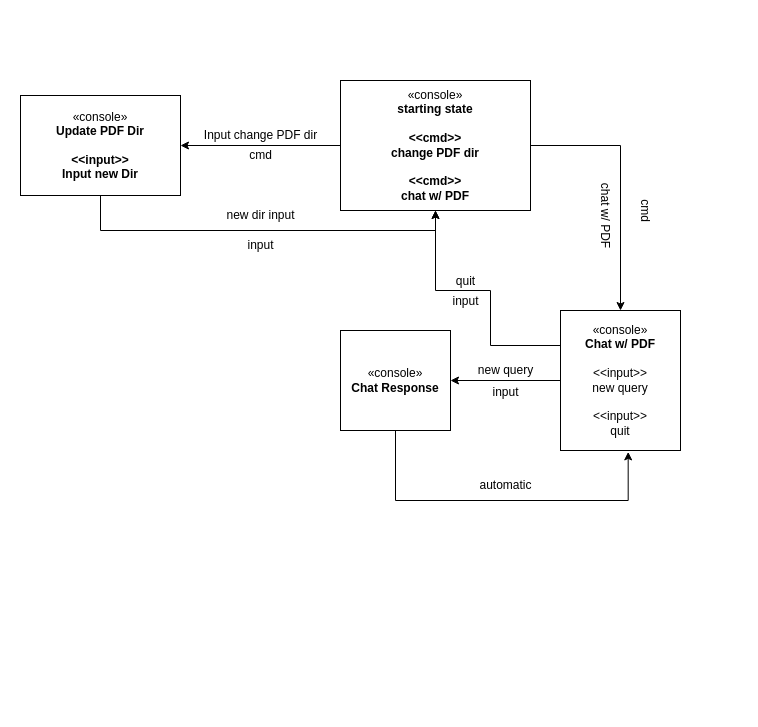
Before: artifacts/NavigationDiagram.drawio in CabdulCiise/CIS641-Project, a draw.io diagram. Source tidied: cells renumbered, new cells numbered last; positions are measured from the earlier drawing's top-left corner, leaving out a move shared by most shapes. Both pictures are drawn from the tidied source at 100%, with x=0, y=0 at pixel (20, 80).
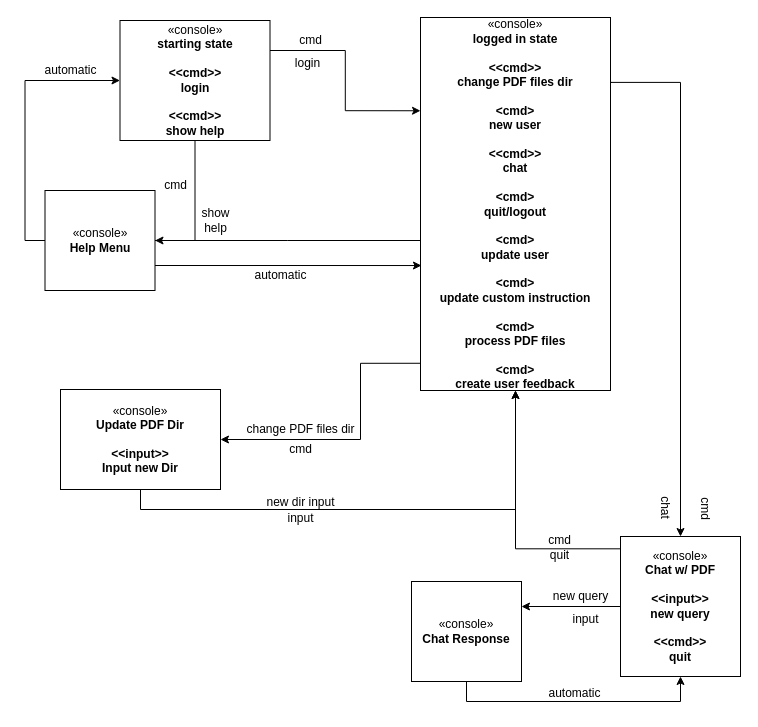
After the change.

Diff of the diagram source:
```diff
@@
-    <mxCell id="2" style="edgeStyle=orthogonalEdgeStyle;rounded=0;jettySize=auto;html=1;exitX=0;exitY=0.5;exitDx=0;exitDy=0;" parent="1" edge="1" source="4" target="5">
-      <mxGeometry relative="1" as="geometry" />
+    <mxCell id="2" style="edgeStyle=orthogonalEdgeStyle;rounded=0;jettySize=auto;html=1;exitX=0.002;exitY=0.927;exitDx=0;exitDy=0;exitPerimeter=0;" parent="1" edge="1" source="28" target="5">
+      <mxGeometry relative="1" as="geometry">
+        <Array as="points">
+          <mxPoint x="340" y="283" />
+          <mxPoint x="340" y="359" />
+        </Array>
+      </mxGeometry>
     </mxCell>
-    <mxCell id="3" style="edgeStyle=orthogonalEdgeStyle;rounded=0;jettySize=auto;html=1;exitX=0.5;exitY=1;exitDx=0;exitDy=0;entryX=0.5;entryY=1;entryDx=0;entryDy=0;endArrow=none;endFill=0;startArrow=classic;startFill=1;" parent="1" edge="1" source="4" target="5">
+    <mxCell id="3" style="edgeStyle=orthogonalEdgeStyle;rounded=0;jettySize=auto;html=1;exitX=0.5;exitY=1;exitDx=0;exitDy=0;entryX=0.5;entryY=1;entryDx=0;entryDy=0;endArrow=none;endFill=0;startArrow=classic;startFill=1;" parent="1" edge="1" source="28" target="5">
       <mxGeometry relative="1" as="geometry" />
     </mxCell>
-    <mxCell id="4" value="«console»&lt;br&gt;&lt;b&gt;starting state&lt;br&gt;&lt;br&gt;&amp;lt;&amp;lt;cmd&amp;gt;&amp;gt;&lt;br&gt;change PDF dir&lt;br&gt;&lt;br&gt;&amp;lt;&amp;lt;cmd&amp;gt;&amp;gt;&lt;br&gt;chat w/ PDF&lt;br&gt;&lt;/b&gt;" style="html=1;whiteSpace=wrap;" parent="1" vertex="1">
-      <mxGeometry x="320" width="190" height="130" as="geometry" />
-    </mxCell>
     <mxCell id="5" value="«console»&lt;br&gt;&lt;b&gt;Update PDF Dir&lt;br&gt;&lt;br&gt;&amp;lt;&amp;lt;input&amp;gt;&amp;gt;&lt;br&gt;Input new Dir&lt;br&gt;&lt;/b&gt;" style="html=1;whiteSpace=wrap;" parent="1" vertex="1">
-      <mxGeometry y="15" width="160" height="100" as="geometry" />
+      <mxGeometry x="40" y="309" width="160" height="100" as="geometry" />
     </mxCell>
-    <mxCell id="6" value="Input change PDF dir" style="text;html=1;align=center;verticalAlign=middle;strokeColor=none;fillColor=none;" parent="1" vertex="1">
-      <mxGeometry x="170" y="40" width="140" height="30" as="geometry" />
+    <mxCell id="6" value="change PDF files dir" style="text;html=1;align=center;verticalAlign=middle;strokeColor=none;fillColor=none;" parent="1" vertex="1">
+      <mxGeometry x="215" y="334" width="130" height="30" as="geometry" />
     </mxCell>
     <mxCell id="7" value="cmd" style="text;html=1;align=center;verticalAlign=middle;strokeColor=none;fillColor=none;" parent="1" vertex="1">
-      <mxGeometry x="215" y="60" width="50" height="30" as="geometry" />
+      <mxGeometry x="255" y="354" width="50" height="30" as="geometry" />
     </mxCell>
     <mxCell id="8" value="input" style="text;html=1;align=center;verticalAlign=middle;strokeColor=none;fillColor=none;" parent="1" vertex="1">
-      <mxGeometry x="215" y="150" width="50" height="30" as="geometry" />
+      <mxGeometry x="255" y="423" width="50" height="30" as="geometry" />
     </mxCell>
     <mxCell id="9" value="new dir input" style="text;html=1;align=center;verticalAlign=middle;strokeColor=none;fillColor=none;" parent="1" vertex="1">
-      <mxGeometry x="195" y="120" width="90" height="30" as="geometry" />
+      <mxGeometry x="235" y="407" width="90" height="30" as="geometry" />
     </mxCell>
-    <mxCell id="10" style="edgeStyle=orthogonalEdgeStyle;rounded=0;jettySize=auto;html=1;exitX=0.5;exitY=0;exitDx=0;exitDy=0;entryX=1;entryY=0.5;entryDx=0;entryDy=0;startArrow=classic;startFill=1;endArrow=none;endFill=0;" parent="1" edge="1" source="13" target="4">
+    <mxCell id="10" style="edgeStyle=orthogonalEdgeStyle;rounded=0;jettySize=auto;html=1;exitX=0.5;exitY=0;exitDx=0;exitDy=0;entryX=1.005;entryY=0.174;entryDx=0;entryDy=0;startArrow=classic;startFill=1;endArrow=none;endFill=0;entryPerimeter=0;" parent="1" edge="1" source="13" target="28">
       <mxGeometry relative="1" as="geometry" />
     </mxCell>
+    <mxCell id="12" style="edgeStyle=orthogonalEdgeStyle;rounded=0;jettySize=auto;html=1;entryX=0.5;entryY=1;entryDx=0;entryDy=0;exitX=0.003;exitY=0.088;exitDx=0;exitDy=0;exitPerimeter=0;" parent="1" edge="1" source="13" target="28">
+      <mxGeometry relative="1" as="geometry">
+        <Array as="points">
+          <mxPoint x="495" y="468" />
+        </Array>
+      </mxGeometry>
+    </mxCell>
-    <mxCell id="11" style="edgeStyle=orthogonalEdgeStyle;rounded=0;jettySize=auto;html=1;exitX=0;exitY=0.5;exitDx=0;exitDy=0;" parent="1" edge="1" source="13" target="16">
+    <mxCell id="11" style="edgeStyle=orthogonalEdgeStyle;rounded=0;jettySize=auto;html=1;exitX=0;exitY=0.5;exitDx=0;exitDy=0;entryX=1;entryY=0.25;entryDx=0;entryDy=0;" parent="1" edge="1" source="13" target="16">
       <mxGeometry relative="1" as="geometry" />
     </mxCell>
-    <mxCell id="12" style="edgeStyle=orthogonalEdgeStyle;rounded=0;jettySize=auto;html=1;exitX=0;exitY=0.25;exitDx=0;exitDy=0;entryX=0.5;entryY=1;entryDx=0;entryDy=0;" parent="1" edge="1" source="13" target="4">
-      <mxGeometry relative="1" as="geometry">
-        <Array as="points">
-          <mxPoint x="470" y="265" />
-          <mxPoint x="470" y="210" />
-          <mxPoint x="415" y="210" />
-        </Array>
-      </mxGeometry>
-    </mxCell>
-    <mxCell id="13" value="«console»&lt;br&gt;&lt;b&gt;Chat w/ PDF&lt;br&gt;&lt;/b&gt;&lt;br&gt;&amp;lt;&amp;lt;input&amp;gt;&amp;gt;&lt;br&gt;new query&lt;br&gt;&lt;br&gt;&amp;lt;&amp;lt;input&amp;gt;&amp;gt;&lt;br&gt;quit" style="html=1;whiteSpace=wrap;" parent="1" vertex="1">
-      <mxGeometry x="540" y="230" width="120" height="140" as="geometry" />
+    <mxCell id="13" value="«console»&lt;br&gt;&lt;b&gt;Chat w/ PDF&lt;/b&gt;&lt;br&gt;&lt;br&gt;&lt;b&gt;&amp;lt;&amp;lt;input&amp;gt;&amp;gt;&lt;/b&gt;&lt;br&gt;&lt;b&gt;new query&lt;/b&gt;&lt;br&gt;&lt;br&gt;&lt;b&gt;&amp;lt;&amp;lt;cmd&amp;gt;&amp;gt;&lt;/b&gt;&lt;br&gt;&lt;b&gt;quit&lt;/b&gt;" style="html=1;whiteSpace=wrap;" parent="1" vertex="1">
+      <mxGeometry x="600" y="456" width="120" height="140" as="geometry" />
     </mxCell>
     <mxCell id="14" value="cmd" style="text;html=1;align=center;verticalAlign=middle;strokeColor=none;fillColor=none;rotation=90;" parent="1" vertex="1">
-      <mxGeometry x="600" y="115" width="50" height="30" as="geometry" />
+      <mxGeometry x="660" y="413" width="50" height="30" as="geometry" />
     </mxCell>
-    <mxCell id="15" value="chat w/ PDF" style="text;html=1;align=center;verticalAlign=middle;strokeColor=none;fillColor=none;rotation=90;" parent="1" vertex="1">
-      <mxGeometry x="540" y="120" width="90" height="30" as="geometry" />
+    <mxCell id="15" value="chat" style="text;html=1;align=center;verticalAlign=middle;strokeColor=none;fillColor=none;rotation=90;" parent="1" vertex="1">
+      <mxGeometry x="620" y="412" width="50" height="30" as="geometry" />
     </mxCell>
+    <mxCell id="19" style="edgeStyle=orthogonalEdgeStyle;rounded=0;jettySize=auto;html=1;exitX=0.5;exitY=1;exitDx=0;exitDy=0;entryX=0.5;entryY=1;entryDx=0;entryDy=0;" parent="1" edge="1" source="16" target="13">
+      <mxGeometry relative="1" as="geometry" />
+    </mxCell>
     <mxCell id="16" value="«console»&lt;br&gt;&lt;b&gt;Chat Response&lt;br&gt;&lt;/b&gt;" style="html=1;whiteSpace=wrap;" parent="1" vertex="1">
-      <mxGeometry x="320" y="250" width="110" height="100" as="geometry" />
+      <mxGeometry x="391" y="501" width="110" height="100" as="geometry" />
     </mxCell>
     <mxCell id="17" value="input" style="text;html=1;align=center;verticalAlign=middle;strokeColor=none;fillColor=none;" parent="1" vertex="1">
-      <mxGeometry x="460" y="297" width="50" height="30" as="geometry" />
+      <mxGeometry x="540" y="524" width="50" height="30" as="geometry" />
     </mxCell>
     <mxCell id="18" value="new query" style="text;html=1;align=center;verticalAlign=middle;strokeColor=none;fillColor=none;" parent="1" vertex="1">
-      <mxGeometry x="445" y="275" width="80" height="30" as="geometry" />
+      <mxGeometry x="520" y="501" width="80" height="30" as="geometry" />
     </mxCell>
-    <mxCell id="19" style="edgeStyle=orthogonalEdgeStyle;rounded=0;jettySize=auto;html=1;exitX=0.5;exitY=1;exitDx=0;exitDy=0;entryX=0.564;entryY=1.01;entryDx=0;entryDy=0;entryPerimeter=0;" parent="1" edge="1" source="16" target="13">
-      <mxGeometry relative="1" as="geometry">
-        <Array as="points">
-          <mxPoint x="375" y="420" />
-          <mxPoint x="608" y="420" />
-        </Array>
-      </mxGeometry>
-    </mxCell>
     <mxCell id="20" value="automatic" style="text;html=1;align=center;verticalAlign=middle;strokeColor=none;fillColor=none;" parent="1" vertex="1">
-      <mxGeometry x="445" y="390" width="80" height="30" as="geometry" />
+      <mxGeometry x="514" y="598" width="80" height="30" as="geometry" />
     </mxCell>
-    <mxCell id="21" value="input" style="text;html=1;align=center;verticalAlign=middle;strokeColor=none;fillColor=none;" parent="1" vertex="1">
-      <mxGeometry x="420" y="206" width="50" height="30" as="geometry" />
+    <mxCell id="21" value="cmd" style="text;html=1;align=center;verticalAlign=middle;strokeColor=none;fillColor=none;" parent="1" vertex="1">
+      <mxGeometry x="514" y="445" width="50" height="30" as="geometry" />
     </mxCell>
     <mxCell id="22" value="quit" style="text;html=1;align=center;verticalAlign=middle;strokeColor=none;fillColor=none;" parent="1" vertex="1">
-      <mxGeometry x="425" y="186" width="40" height="30" as="geometry" />
+      <mxGeometry x="519" y="460" width="40" height="30" as="geometry" />
     </mxCell>
+    <mxCell id="23" style="edgeStyle=orthogonalEdgeStyle;rounded=0;jettySize=auto;html=1;exitX=1;exitY=0.25;exitDx=0;exitDy=0;entryX=0;entryY=0.25;entryDx=0;entryDy=0;" parent="1" edge="1" source="24" target="28">
+      <mxGeometry relative="1" as="geometry" />
+    </mxCell>
+    <mxCell id="24" value="«console»&lt;br&gt;&lt;b&gt;starting state&lt;br&gt;&lt;br&gt;&amp;lt;&amp;lt;cmd&amp;gt;&amp;gt;&lt;br&gt;login&lt;br&gt;&lt;br&gt;&lt;/b&gt;&lt;b style=&quot;border-color: var(--border-color);&quot;&gt;&amp;lt;&amp;lt;cmd&amp;gt;&amp;gt;&lt;br style=&quot;border-color: var(--border-color);&quot;&gt;&lt;/b&gt;&lt;b&gt;show help&lt;br&gt;&lt;/b&gt;" style="html=1;whiteSpace=wrap;" parent="1" vertex="1">
+      <mxGeometry x="99.5" y="-60" width="150" height="120" as="geometry" />
+    </mxCell>
+    <mxCell id="25" style="edgeStyle=orthogonalEdgeStyle;rounded=0;jettySize=auto;html=1;exitX=0.5;exitY=1;exitDx=0;exitDy=0;entryX=1;entryY=0.5;entryDx=0;entryDy=0;" parent="1" edge="1" source="24" target="32">
+      <mxGeometry relative="1" as="geometry" />
+    </mxCell>
+    <mxCell id="26" value="cmd" style="text;html=1;align=center;verticalAlign=middle;strokeColor=none;fillColor=none;" parent="1" vertex="1">
+      <mxGeometry x="130" y="90" width="50" height="30" as="geometry" />
+    </mxCell>
+    <mxCell id="27" value="show&lt;br&gt;help" style="text;html=1;align=center;verticalAlign=middle;strokeColor=none;fillColor=none;" parent="1" vertex="1">
+      <mxGeometry x="170" y="120" width="50" height="40" as="geometry" />
+    </mxCell>
+    <mxCell id="28" value="«console»&lt;br&gt;&lt;b&gt;logged in state&lt;br&gt;&lt;br&gt;&amp;lt;&amp;lt;cmd&amp;gt;&amp;gt;&lt;br&gt;change PDF files dir&lt;br&gt;&lt;br&gt;&amp;lt;cmd&amp;gt;&lt;br&gt;new user&lt;br&gt;&lt;br&gt;&amp;lt;&amp;lt;cmd&amp;gt;&amp;gt;&lt;br&gt;chat&lt;br&gt;&lt;br&gt;&amp;lt;cmd&amp;gt;&lt;br&gt;quit/logout&lt;br&gt;&lt;br&gt;&amp;lt;cmd&amp;gt;&lt;br&gt;update user&lt;br&gt;&lt;br&gt;&amp;lt;cmd&amp;gt;&lt;br&gt;update custom instruction&lt;br&gt;&lt;br&gt;&amp;lt;cmd&amp;gt;&lt;br&gt;process PDF files&lt;br&gt;&lt;br&gt;&amp;lt;cmd&amp;gt;&lt;br&gt;create user feedback&lt;br&gt;&lt;/b&gt;" style="html=1;whiteSpace=wrap;" parent="1" vertex="1">
+      <mxGeometry x="400" y="-63" width="190" height="373" as="geometry" />
+    </mxCell>
+    <mxCell id="29" value="cmd" style="text;html=1;align=center;verticalAlign=middle;strokeColor=none;fillColor=none;" parent="1" vertex="1">
+      <mxGeometry x="265" y="-55" width="50" height="30" as="geometry" />
+    </mxCell>
+    <mxCell id="30" value="login" style="text;html=1;align=center;verticalAlign=middle;strokeColor=none;fillColor=none;" parent="1" vertex="1">
+      <mxGeometry x="262" y="-32" width="50" height="30" as="geometry" />
+    </mxCell>
+    <mxCell id="31" style="edgeStyle=orthogonalEdgeStyle;rounded=0;jettySize=auto;html=1;exitX=0;exitY=0.5;exitDx=0;exitDy=0;entryX=0;entryY=0.5;entryDx=0;entryDy=0;" parent="1" edge="1" source="32" target="24">
+      <mxGeometry relative="1" as="geometry" />
+    </mxCell>
+    <mxCell id="32" value="«console»&lt;br&gt;&lt;b&gt;Help Menu&lt;br&gt;&lt;/b&gt;" style="html=1;whiteSpace=wrap;" parent="1" vertex="1">
+      <mxGeometry x="24.5" y="110" width="110" height="100" as="geometry" />
+    </mxCell>
+    <mxCell id="33" style="edgeStyle=orthogonalEdgeStyle;rounded=0;jettySize=auto;html=1;exitX=1;exitY=0.5;exitDx=0;exitDy=0;endArrow=none;endFill=0;" parent="1" edge="1" source="32">
+      <mxGeometry relative="1" as="geometry">
+        <mxPoint x="400" y="160" as="targetPoint" />
+      </mxGeometry>
+    </mxCell>
+    <mxCell id="34" value="automatic" style="text;html=1;align=center;verticalAlign=middle;strokeColor=none;fillColor=none;" parent="1" vertex="1">
+      <mxGeometry x="10" y="-25" width="80" height="30" as="geometry" />
+    </mxCell>
+    <mxCell id="35" style="edgeStyle=orthogonalEdgeStyle;rounded=0;jettySize=auto;html=1;exitX=1;exitY=0.75;exitDx=0;exitDy=0;entryX=0.005;entryY=0.665;entryDx=0;entryDy=0;entryPerimeter=0;" parent="1" edge="1" source="32" target="28">
+      <mxGeometry relative="1" as="geometry" />
+    </mxCell>
+    <mxCell id="36" value="automatic" style="text;html=1;align=center;verticalAlign=middle;strokeColor=none;fillColor=none;" parent="1" vertex="1">
+      <mxGeometry x="220" y="180" width="80" height="30" as="geometry" />
+    </mxCell>
```
